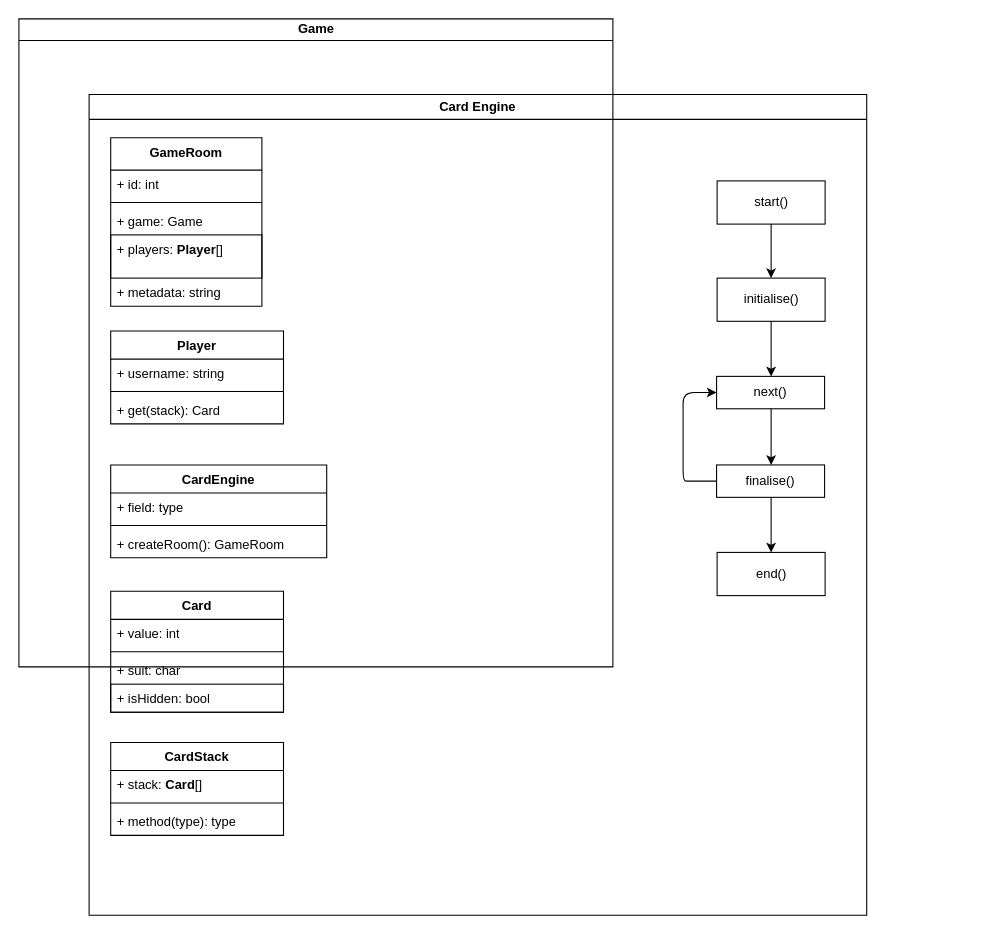
Above: docs/specification/card-engine/CardEngine.drawio in Shornana/card-game-online (draw.io), before the change. Source tidied: cells renumbered, new cells numbered last; positions are measured from the earlier drawing's top-left corner, leaving out a move shared by most shapes. Both pictures are drawn from the tidied source at 108%, with x=0, y=0 at pixel (18, 18).
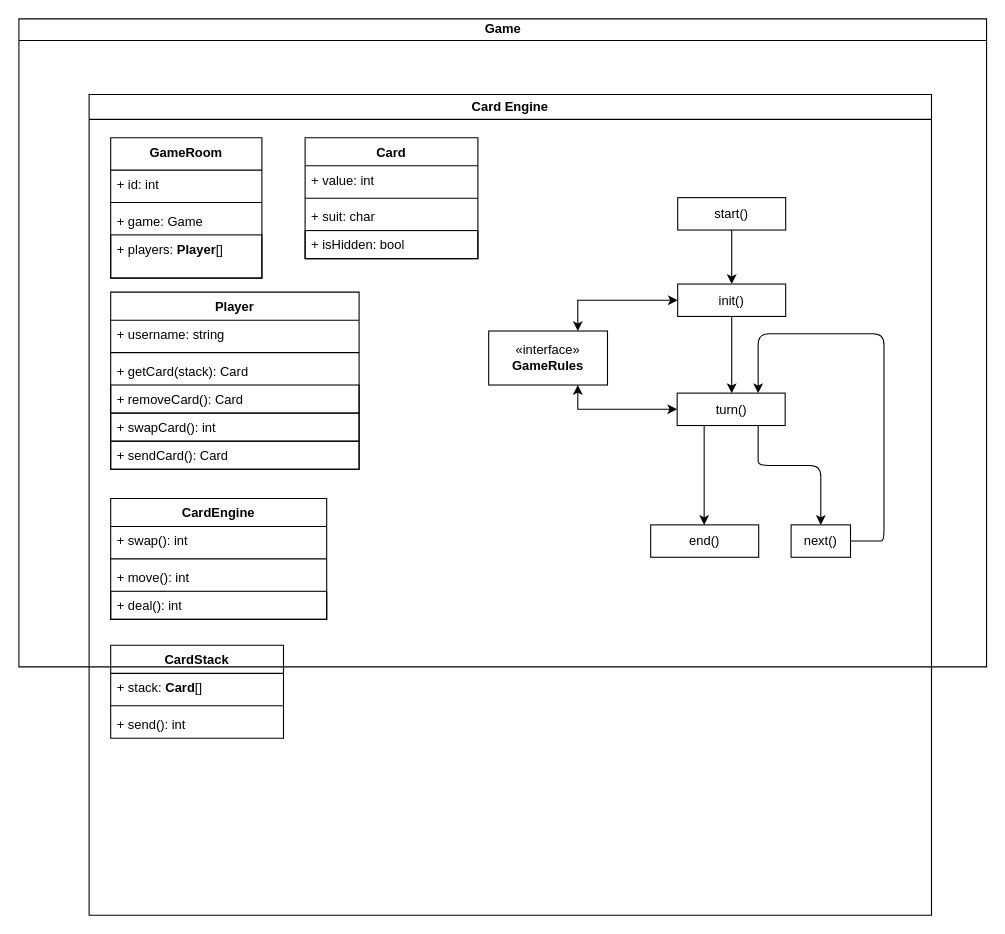
After the change.

Diff of the diagram source:
```diff
@@
     <mxCell id="2" value="Card Engine" style="swimlane;whiteSpace=wrap;html=1;" parent="1" vertex="1">
-      <mxGeometry x="65" y="70" width="720" height="760" as="geometry" />
+      <mxGeometry x="65" y="70" width="780" height="760" as="geometry" />
     </mxCell>
     <mxCell id="3" value="&lt;div&gt;Card&lt;/div&gt;&lt;div&gt;&lt;br&gt;&lt;/div&gt;" style="swimlane;fontStyle=1;align=center;verticalAlign=top;horizontal=1;startSize=26;whiteSpace=wrap;html=1;" parent="2" vertex="1">
-      <mxGeometry x="20" y="460" width="160" height="112" as="geometry" />
+      <mxGeometry x="200" y="40" width="160" height="112" as="geometry" />
     </mxCell>
@@
     <mxCell id="8" value="&lt;div&gt;CardStack&lt;/div&gt;" style="swimlane;fontStyle=1;align=center;verticalAlign=top;horizontal=1;startSize=26;whiteSpace=wrap;html=1;" parent="2" vertex="1">
-      <mxGeometry x="20" y="600" width="160" height="86" as="geometry" />
+      <mxGeometry x="20" y="510" width="160" height="86" as="geometry" />
     </mxCell>
@@
-    <mxCell id="11" value="+ method(type): type" style="text;strokeColor=none;fillColor=none;align=left;verticalAlign=top;spacingLeft=4;spacingRight=4;overflow=hidden;whiteSpace=wrap;html=1;" parent="8" vertex="1">
+    <mxCell id="11" value="+ send(): int" style="text;strokeColor=none;fillColor=none;align=left;verticalAlign=top;spacingLeft=4;spacingRight=4;overflow=hidden;whiteSpace=wrap;html=1;" parent="8" vertex="1">
       <mxGeometry y="60" width="160" height="26" as="geometry" />
     </mxCell>
     <mxCell id="12" value="Player" style="swimlane;fontStyle=1;align=center;verticalAlign=top;horizontal=1;startSize=26;whiteSpace=wrap;html=1;" parent="2" vertex="1">
-      <mxGeometry x="20" y="219" width="160" height="86" as="geometry" />
+      <mxGeometry x="20" y="183" width="230" height="164" as="geometry" />
     </mxCell>
     <mxCell id="13" value="+ username: string" style="text;strokeColor=none;fillColor=none;align=left;verticalAlign=top;spacingLeft=4;spacingRight=4;overflow=hidden;whiteSpace=wrap;html=1;" parent="12" vertex="1">
-      <mxGeometry y="26" width="160" height="26" as="geometry" />
+      <mxGeometry y="26" width="230" height="26" as="geometry" />
     </mxCell>
     <mxCell id="14" style="line;strokeWidth=1;fillColor=none;align=left;verticalAlign=middle;spacingTop=-1;spacingLeft=3;spacingRight=3;labelPosition=right;strokeColor=inherit;" parent="12" vertex="1">
-      <mxGeometry y="52" width="160" height="8" as="geometry" />
+      <mxGeometry y="52" width="230" height="8" as="geometry" />
     </mxCell>
-    <mxCell id="15" value="+ get(stack): Card" style="text;strokeColor=none;fillColor=none;align=left;verticalAlign=top;spacingLeft=4;spacingRight=4;overflow=hidden;whiteSpace=wrap;html=1;" parent="12" vertex="1">
-      <mxGeometry y="60" width="160" height="26" as="geometry" />
+    <mxCell id="15" value="+ getCard(stack): Card" style="text;strokeColor=none;fillColor=none;align=left;verticalAlign=top;spacingLeft=4;spacingRight=4;overflow=hidden;whiteSpace=wrap;html=1;" parent="12" vertex="1">
+      <mxGeometry y="60" width="230" height="26" as="geometry" />
     </mxCell>
+    <mxCell id="37" value="+ removeCard(): Card" style="text;strokeColor=default;fillColor=none;align=left;verticalAlign=top;spacingLeft=4;spacingRight=4;overflow=hidden;whiteSpace=wrap;html=1;" parent="12" vertex="1">
+      <mxGeometry y="86" width="230" height="26" as="geometry" />
+    </mxCell>
+    <mxCell id="38" value="+ swapCard(): int" style="text;strokeColor=default;fillColor=none;align=left;verticalAlign=top;spacingLeft=4;spacingRight=4;overflow=hidden;whiteSpace=wrap;html=1;" parent="12" vertex="1">
+      <mxGeometry y="112" width="230" height="26" as="geometry" />
+    </mxCell>
+    <mxCell id="39" value="+ sendCard(): Card" style="text;strokeColor=default;fillColor=none;align=left;verticalAlign=top;spacingLeft=4;spacingRight=4;overflow=hidden;whiteSpace=wrap;html=1;" parent="12" vertex="1">
+      <mxGeometry y="138" width="230" height="26" as="geometry" />
+    </mxCell>
     <mxCell id="16" value="&lt;div&gt;Game&lt;/div&gt;" style="swimlane;html=1;startSize=20;horizontal=1;fontSize=12;transparentBounds=1;groupPadding=20;containerType=tree;" parent="2" vertex="1">
-      <mxGeometry x="-65" y="-70" width="550" height="600" as="geometry" />
+      <mxGeometry x="-65" y="-70" width="896" height="600" as="geometry" />
     </mxCell>
     <mxCell id="17" value="start()" style="whiteSpace=wrap;html=1;" parent="16" vertex="1">
-      <mxGeometry x="646.5" y="150" width="100" height="40" as="geometry" />
+      <mxGeometry x="610" y="165.5" width="100" height="30" as="geometry" />
     </mxCell>
-    <mxCell id="18" value="initialise()" style="whiteSpace=wrap;html=1;" parent="16" vertex="1">
-      <mxGeometry x="646.5" y="240" width="100" height="40" as="geometry" />
+    <mxCell id="18" value="init()" style="whiteSpace=wrap;html=1;" parent="16" vertex="1">
+      <mxGeometry x="610" y="245.5" width="100" height="30" as="geometry" />
     </mxCell>
+    <mxCell id="40" style="edgeStyle=orthogonalEdgeStyle;rounded=1;jettySize=auto;html=1;exitX=1;exitY=0.5;exitDx=0;exitDy=0;entryX=0.75;entryY=0;entryDx=0;entryDy=0;curved=0;" parent="16" edge="1" source="19" target="23">
+      <mxGeometry relative="1" as="geometry">
+        <Array as="points">
+          <mxPoint x="791" y="483.5" />
+          <mxPoint x="801" y="483.5" />
+          <mxPoint x="801" y="291.5" />
+          <mxPoint x="684.5" y="291.5" />
+          <mxPoint x="684.5" y="325.5" />
+        </Array>
+      </mxGeometry>
+    </mxCell>
-    <mxCell id="19" value="end()" style="whiteSpace=wrap;html=1;" parent="16" vertex="1">
-      <mxGeometry x="646.5" y="494" width="100" height="40" as="geometry" />
+    <mxCell id="19" value="&lt;div&gt;next()&lt;/div&gt;" style="whiteSpace=wrap;html=1;" parent="16" vertex="1">
+      <mxGeometry x="715" y="468.5" width="55" height="30" as="geometry" />
     </mxCell>
     <mxCell id="20" style="html=1;rounded=1;curved=0;sourcePerimeterSpacing=0;targetPerimeterSpacing=0;startSize=6;endSize=6;edgeStyle=orthogonalEdgeStyle;exitX=0.5;exitY=1;entryX=0.5;entryY=0;" parent="16" edge="1" source="17" target="18">
       <mxGeometry relative="1" as="geometry">
         <Array as="points">
-          <mxPoint x="696.5" y="215" />
+          <mxPoint x="660" y="220.5" />
         </Array>
       </mxGeometry>
     </mxCell>
-    <mxCell id="21" style="html=1;rounded=1;curved=0;sourcePerimeterSpacing=0;targetPerimeterSpacing=0;startSize=6;endSize=6;edgeStyle=orthogonalEdgeStyle;exitX=0.505;exitY=1;entryX=0.5;entryY=0;" parent="16" edge="1" source="25" target="19">
-      <mxGeometry relative="1" as="geometry">
-        <Array as="points">
-          <mxPoint x="696.5" y="469" />
-        </Array>
-      </mxGeometry>
-    </mxCell>
     <mxCell id="22" style="html=1;rounded=1;curved=0;sourcePerimeterSpacing=0;targetPerimeterSpacing=0;startSize=6;endSize=6;edgeStyle=orthogonalEdgeStyle;exitX=0.5;exitY=1;entryX=0.505;entryY=0;" parent="16" edge="1" source="18" target="23">
       <mxGeometry relative="1" as="geometry">
         <Array as="points">
-          <mxPoint x="696.5" y="305" />
+          <mxPoint x="660" y="310.5" />
         </Array>
       </mxGeometry>
     </mxCell>
+    <mxCell id="41" style="edgeStyle=orthogonalEdgeStyle;rounded=1;jettySize=auto;html=1;exitX=0.75;exitY=1;exitDx=0;exitDy=0;entryX=0.5;entryY=0;entryDx=0;entryDy=0;curved=0;" parent="16" edge="1" source="23" target="19">
+      <mxGeometry relative="1" as="geometry">
+        <Array as="points">
+          <mxPoint x="684.5" y="397.5" />
+          <mxPoint x="684.5" y="413.5" />
+          <mxPoint x="742.5" y="413.5" />
+          <mxPoint x="742.5" y="447.5" />
+        </Array>
+      </mxGeometry>
+    </mxCell>
-    <mxCell id="23" value="next()" style="rounded=0;whiteSpace=wrap;html=1;" parent="16" vertex="1">
-      <mxGeometry x="646" y="331" width="100" height="30" as="geometry" />
+    <mxCell id="23" value="turn()" style="rounded=0;whiteSpace=wrap;html=1;" parent="16" vertex="1">
+      <mxGeometry x="609.5" y="346.5" width="100" height="30" as="geometry" />
     </mxCell>
-    <mxCell id="24" style="edgeStyle=orthogonalEdgeStyle;rounded=1;jettySize=auto;html=1;exitX=0;exitY=0.5;exitDx=0;exitDy=0;entryX=0;entryY=0.5;entryDx=0;entryDy=0;curved=0;" parent="16" edge="1" source="25" target="23">
-      <mxGeometry relative="1" as="geometry">
-        <Array as="points">
-          <mxPoint x="625" y="428" />
-          <mxPoint x="615" y="428" />
-          <mxPoint x="615" y="346" />
-          <mxPoint x="625" y="346" />
-        </Array>
-      </mxGeometry>
-    </mxCell>
-    <mxCell id="25" value="finalise()" style="rounded=0;whiteSpace=wrap;html=1;" parent="16" vertex="1">
-      <mxGeometry x="646" y="413" width="100" height="30" as="geometry" />
+    <mxCell id="25" value="end()" style="rounded=0;whiteSpace=wrap;html=1;" parent="16" vertex="1">
+      <mxGeometry x="585" y="468.5" width="100" height="30" as="geometry" />
     </mxCell>
-    <mxCell id="26" style="html=1;rounded=1;curved=0;sourcePerimeterSpacing=0;targetPerimeterSpacing=0;startSize=6;endSize=6;edgeStyle=orthogonalEdgeStyle;exitX=0.505;exitY=1;entryX=0.505;entryY=0;" parent="16" edge="1" source="23" target="25">
+    <mxCell id="26" style="html=1;rounded=1;curved=0;sourcePerimeterSpacing=0;targetPerimeterSpacing=0;startSize=6;endSize=6;edgeStyle=orthogonalEdgeStyle;exitX=0.25;exitY=1;exitDx=0;exitDy=0;entryX=0.495;entryY=0;" parent="16" edge="1" source="23" target="25">
       <mxGeometry relative="1" as="geometry">
         <Array as="points">
-          <mxPoint x="696.5" y="387" />
+          <mxPoint x="634.5" y="387.5" />
         </Array>
       </mxGeometry>
     </mxCell>
     <mxCell id="27" value="GameRoom" style="swimlane;fontStyle=1;align=center;verticalAlign=top;horizontal=1;startSize=30;whiteSpace=wrap;html=1;" parent="2" vertex="1">
-      <mxGeometry x="20" y="40" width="140" height="156" as="geometry" />
+      <mxGeometry x="20" y="40" width="140" height="130" as="geometry" />
     </mxCell>
@@
-    <mxCell id="32" value="+ metadata: string" style="text;strokeColor=none;fillColor=none;align=left;verticalAlign=top;spacingLeft=4;spacingRight=4;overflow=hidden;whiteSpace=wrap;html=1;" parent="27" vertex="1">
-      <mxGeometry y="130" width="140" height="26" as="geometry" />
-    </mxCell>
     <mxCell id="33" value="CardEngine" style="swimlane;fontStyle=1;align=center;verticalAlign=top;horizontal=1;startSize=26;whiteSpace=wrap;html=1;" parent="2" vertex="1">
-      <mxGeometry x="20" y="343" width="200" height="86" as="geometry" />
+      <mxGeometry x="20" y="374" width="200" height="112" as="geometry" />
     </mxCell>
-    <mxCell id="34" value="+ field: type" style="text;strokeColor=none;fillColor=none;align=left;verticalAlign=top;spacingLeft=4;spacingRight=4;overflow=hidden;whiteSpace=wrap;html=1;" parent="33" vertex="1">
+    <mxCell id="34" value="+ swap(): int" style="text;strokeColor=none;fillColor=none;align=left;verticalAlign=top;spacingLeft=4;spacingRight=4;overflow=hidden;whiteSpace=wrap;html=1;" parent="33" vertex="1">
       <mxGeometry y="26" width="200" height="26" as="geometry" />
     </mxCell>
@@
-    <mxCell id="36" value="+ createRoom(): GameRoom" style="text;strokeColor=none;fillColor=none;align=left;verticalAlign=top;spacingLeft=4;spacingRight=4;overflow=hidden;whiteSpace=wrap;html=1;" parent="33" vertex="1">
+    <mxCell id="36" value="+ move(): int" style="text;strokeColor=none;fillColor=none;align=left;verticalAlign=top;spacingLeft=4;spacingRight=4;overflow=hidden;whiteSpace=wrap;html=1;" parent="33" vertex="1">
       <mxGeometry y="60" width="200" height="26" as="geometry" />
     </mxCell>
+    <mxCell id="42" value="+ deal(): int" style="text;strokeColor=default;fillColor=none;align=left;verticalAlign=top;spacingLeft=4;spacingRight=4;overflow=hidden;whiteSpace=wrap;html=1;" parent="33" vertex="1">
+      <mxGeometry y="86" width="200" height="26" as="geometry" />
+    </mxCell>
+    <mxCell id="43" value="&lt;div&gt;«interface»&lt;/div&gt;&lt;div&gt;&lt;b&gt;GameRules&lt;/b&gt;&lt;/div&gt;" style="html=1;whiteSpace=wrap;" parent="2" vertex="1">
+      <mxGeometry x="370" y="219" width="110" height="50" as="geometry" />
+    </mxCell>
+    <mxCell id="44" style="edgeStyle=orthogonalEdgeStyle;rounded=0;jettySize=auto;html=1;exitX=0;exitY=0.5;exitDx=0;exitDy=0;entryX=0.75;entryY=0;entryDx=0;entryDy=0;strokeColor=default;startArrow=classic;startFill=1;" parent="2" edge="1" source="18" target="43">
+      <mxGeometry relative="1" as="geometry" />
+    </mxCell>
+    <mxCell id="45" style="edgeStyle=orthogonalEdgeStyle;rounded=0;jettySize=auto;html=1;exitX=0;exitY=0.5;exitDx=0;exitDy=0;entryX=0.75;entryY=1;entryDx=0;entryDy=0;startArrow=classic;startFill=1;" parent="2" edge="1" source="23" target="43">
+      <mxGeometry relative="1" as="geometry" />
+    </mxCell>
```
